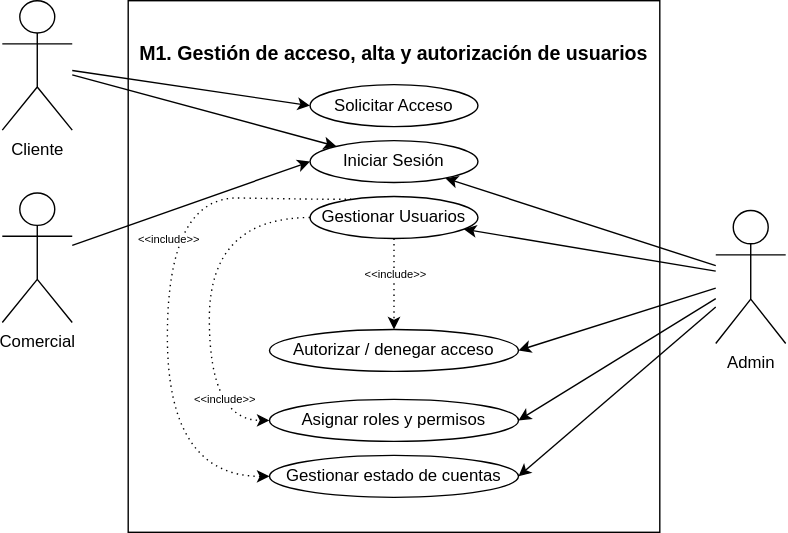
MadaoSurmanito/app-tfg keeps this draw.io diagram as docs/docs/figures/UML/CasosDeUso/M1_CasosDeUso.svg. Above is the earlier version. Source tidied: cells renumbered, new cells last; positions are measured from the earlier drawing's top-left corner, leaving out a move shared by most shapes. The source it was exported from:
```xml
<mxGraphModel>
  <root>
    <mxCell id="0" />
    <mxCell id="1" parent="0" />
    <mxCell id="2" value="&lt;h1&gt;&lt;font style=&quot;font-size: 14px;&quot;&gt;M1. Gestión de acceso, alta y autorización de usuarios&lt;/font&gt;&lt;/h1&gt;" style="rounded=0;whiteSpace=wrap;html=1;verticalAlign=top;spacing=0;labelPosition=center;verticalLabelPosition=middle;align=center;" parent="1" vertex="1">
      <mxGeometry x="90" width="380" height="380" as="geometry" />
    </mxCell>
    <mxCell id="3" style="rounded=0;jettySize=auto;html=1;entryX=0;entryY=0.5;entryDx=0;entryDy=0;" parent="1" edge="1" source="5" target="14">
      <mxGeometry relative="1" as="geometry" />
    </mxCell>
    <mxCell id="4" style="rounded=0;jettySize=auto;html=1;" parent="1" edge="1" source="5" target="15">
      <mxGeometry relative="1" as="geometry" />
    </mxCell>
    <mxCell id="5" value="Cliente" style="shape=umlActor;verticalLabelPosition=bottom;verticalAlign=top;html=1;outlineConnect=0;" parent="1" vertex="1">
      <mxGeometry width="50" height="92.5" as="geometry" />
    </mxCell>
    <mxCell id="6" style="rounded=0;jettySize=auto;html=1;entryX=0;entryY=0.5;entryDx=0;entryDy=0;" parent="1" edge="1" source="7" target="15">
      <mxGeometry relative="1" as="geometry" />
    </mxCell>
    <mxCell id="7" value="Comercial" style="shape=umlActor;verticalLabelPosition=bottom;verticalAlign=top;html=1;outlineConnect=0;" parent="1" vertex="1">
      <mxGeometry y="137.5" width="50" height="92.5" as="geometry" />
    </mxCell>
    <mxCell id="8" style="rounded=0;jettySize=auto;html=1;" parent="1" edge="1" source="13" target="15">
      <mxGeometry relative="1" as="geometry" />
    </mxCell>
    <mxCell id="9" style="rounded=0;jettySize=auto;html=1;" parent="1" edge="1" source="13" target="16">
      <mxGeometry relative="1" as="geometry" />
    </mxCell>
    <mxCell id="10" style="rounded=0;jettySize=auto;html=1;entryX=1;entryY=0.5;entryDx=0;entryDy=0;" parent="1" edge="1" source="13" target="17">
      <mxGeometry relative="1" as="geometry" />
    </mxCell>
    <mxCell id="11" style="rounded=0;jettySize=auto;html=1;entryX=1;entryY=0.5;entryDx=0;entryDy=0;" parent="1" edge="1" source="13" target="18">
      <mxGeometry relative="1" as="geometry" />
    </mxCell>
    <mxCell id="12" style="rounded=0;jettySize=auto;html=1;entryX=1;entryY=0.5;entryDx=0;entryDy=0;" parent="1" edge="1" source="13" target="19">
      <mxGeometry relative="1" as="geometry" />
    </mxCell>
    <mxCell id="13" value="Admin" style="shape=umlActor;verticalLabelPosition=bottom;verticalAlign=top;html=1;outlineConnect=0;" parent="1" vertex="1">
      <mxGeometry x="510" y="150" width="50" height="95" as="geometry" />
    </mxCell>
    <mxCell id="14" value="Solicitar Acceso" style="ellipse;whiteSpace=wrap;html=1;" parent="1" vertex="1">
      <mxGeometry x="220" y="60" width="120" height="30" as="geometry" />
    </mxCell>
    <mxCell id="15" value="Iniciar Sesión" style="ellipse;whiteSpace=wrap;html=1;" parent="1" vertex="1">
      <mxGeometry x="220" y="100" width="120" height="30" as="geometry" />
    </mxCell>
    <mxCell id="16" value="Gestionar Usuarios" style="ellipse;whiteSpace=wrap;html=1;" parent="1" vertex="1">
      <mxGeometry x="220" y="140" width="120" height="30" as="geometry" />
    </mxCell>
    <mxCell id="17" value="Autorizar / denegar acceso" style="ellipse;whiteSpace=wrap;html=1;" parent="1" vertex="1">
      <mxGeometry x="191" y="235" width="178" height="30" as="geometry" />
    </mxCell>
    <mxCell id="18" value="Asignar roles y permisos" style="ellipse;whiteSpace=wrap;html=1;" parent="1" vertex="1">
      <mxGeometry x="191" y="285" width="178" height="30" as="geometry" />
    </mxCell>
    <mxCell id="19" value="Gestionar estado de cuentas" style="ellipse;whiteSpace=wrap;html=1;" parent="1" vertex="1">
      <mxGeometry x="191" y="325" width="178" height="30" as="geometry" />
    </mxCell>
    <mxCell id="20" style="endArrow=classic;dashed=1;html=1;dashPattern=1 3;strokeWidth=1;rounded=0;exitX=0.5;exitY=1;exitDx=0;exitDy=0;entryX=0.5;entryY=0;entryDx=0;entryDy=0;endFill=1;startSize=4;endSize=6;" parent="1" edge="1" source="16" target="17">
      <mxGeometry relative="1" as="geometry" />
    </mxCell>
    <mxCell id="21" value="&amp;lt;&amp;lt;include&amp;gt;&amp;gt;" style="edgeLabel;html=1;align=center;verticalAlign=middle;fontSize=8;" parent="20" vertex="1">
      <mxGeometry x="-0.26" relative="1" as="geometry" />
    </mxCell>
    <mxCell id="22" style="endArrow=classic;dashed=1;html=1;dashPattern=1 3;strokeWidth=1;rounded=0;exitX=0;exitY=0.5;exitDx=0;exitDy=0;entryX=0;entryY=0.5;entryDx=0;entryDy=0;endFill=1;startSize=4;endSize=6;edgeStyle=orthogonalEdgeStyle;curved=1;" parent="1" edge="1" source="16" target="18">
      <mxGeometry relative="1" as="geometry">
        <Array as="points">
          <mxPoint x="148" y="155" />
          <mxPoint x="148" y="300" />
        </Array>
      </mxGeometry>
    </mxCell>
    <mxCell id="23" value="&amp;lt;&amp;lt;include&amp;gt;&amp;gt;" style="edgeLabel;html=1;align=center;verticalAlign=middle;fontSize=8;" parent="22" vertex="1">
      <mxGeometry x="-0.26" relative="1" as="geometry">
        <mxPoint x="10" y="106" as="offset" />
      </mxGeometry>
    </mxCell>
    <mxCell id="24" style="endArrow=classic;dashed=1;html=1;dashPattern=1 3;strokeWidth=1;rounded=0;exitX=0.245;exitY=0.065;exitDx=0;exitDy=0;entryX=0;entryY=0.5;entryDx=0;entryDy=0;endFill=1;startSize=4;endSize=6;edgeStyle=orthogonalEdgeStyle;curved=1;exitPerimeter=0;" parent="1" edge="1" source="16" target="19">
      <mxGeometry relative="1" as="geometry">
        <Array as="points">
          <mxPoint x="220" y="142" />
          <mxPoint x="220" y="140" />
          <mxPoint x="118" y="140" />
          <mxPoint x="118" y="340" />
        </Array>
      </mxGeometry>
    </mxCell>
    <mxCell id="25" value="&amp;lt;&amp;lt;include&amp;gt;&amp;gt;" style="edgeLabel;html=1;align=center;verticalAlign=middle;fontSize=8;" parent="24" vertex="1">
      <mxGeometry x="-0.26" relative="1" as="geometry">
        <mxPoint y="11" as="offset" />
      </mxGeometry>
    </mxCell>
  </root>
</mxGraphModel>
```
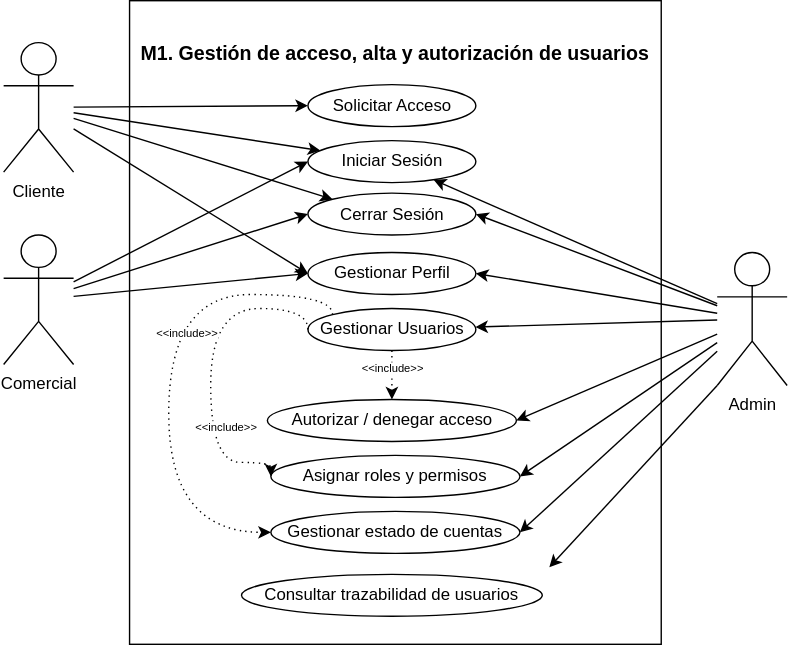
Above is the later version.

Diff of the diagram source:
```diff
@@ -3,7 +3,7 @@
     <mxCell id="0" />
     <mxCell id="1" parent="0" />
     <mxCell id="2" value="&lt;h1&gt;&lt;font style=&quot;font-size: 14px;&quot;&gt;M1. Gestión de acceso, alta y autorización de usuarios&lt;/font&gt;&lt;/h1&gt;" style="rounded=0;whiteSpace=wrap;html=1;verticalAlign=top;spacing=0;labelPosition=center;verticalLabelPosition=middle;align=center;" parent="1" vertex="1">
-      <mxGeometry x="90" width="380" height="380" as="geometry" />
+      <mxGeometry x="90" y="-30" width="380" height="460" as="geometry" />
     </mxCell>
     <mxCell id="3" style="rounded=0;jettySize=auto;html=1;entryX=0;entryY=0.5;entryDx=0;entryDy=0;" parent="1" edge="1" source="5" target="14">
       <mxGeometry relative="1" as="geometry" />
@@ -11,12 +11,18 @@
     <mxCell id="4" style="rounded=0;jettySize=auto;html=1;" parent="1" edge="1" source="5" target="15">
       <mxGeometry relative="1" as="geometry" />
     </mxCell>
+    <mxCell id="26" style="edgeStyle=none;html=1;entryX=0;entryY=0.5;entryDx=0;entryDy=0;" parent="1" edge="1" source="5" target="29">
+      <mxGeometry relative="1" as="geometry" />
+    </mxCell>
     <mxCell id="5" value="Cliente" style="shape=umlActor;verticalLabelPosition=bottom;verticalAlign=top;html=1;outlineConnect=0;" parent="1" vertex="1">
       <mxGeometry width="50" height="92.5" as="geometry" />
     </mxCell>
     <mxCell id="6" style="rounded=0;jettySize=auto;html=1;entryX=0;entryY=0.5;entryDx=0;entryDy=0;" parent="1" edge="1" source="7" target="15">
       <mxGeometry relative="1" as="geometry" />
     </mxCell>
+    <mxCell id="27" style="edgeStyle=none;html=1;entryX=0;entryY=0.5;entryDx=0;entryDy=0;" parent="1" edge="1" source="7" target="29">
+      <mxGeometry relative="1" as="geometry" />
+    </mxCell>
     <mxCell id="7" value="Comercial" style="shape=umlActor;verticalLabelPosition=bottom;verticalAlign=top;html=1;outlineConnect=0;" parent="1" vertex="1">
       <mxGeometry y="137.5" width="50" height="92.5" as="geometry" />
     </mxCell>
@@ -35,26 +41,29 @@
     <mxCell id="12" style="rounded=0;jettySize=auto;html=1;entryX=1;entryY=0.5;entryDx=0;entryDy=0;" parent="1" edge="1" source="13" target="19">
       <mxGeometry relative="1" as="geometry" />
     </mxCell>
+    <mxCell id="28" style="edgeStyle=none;html=1;entryX=1;entryY=0.5;entryDx=0;entryDy=0;" parent="1" edge="1" source="13" target="29">
+      <mxGeometry relative="1" as="geometry" />
+    </mxCell>
     <mxCell id="13" value="Admin" style="shape=umlActor;verticalLabelPosition=bottom;verticalAlign=top;html=1;outlineConnect=0;" parent="1" vertex="1">
       <mxGeometry x="510" y="150" width="50" height="95" as="geometry" />
     </mxCell>
     <mxCell id="14" value="Solicitar Acceso" style="ellipse;whiteSpace=wrap;html=1;" parent="1" vertex="1">
-      <mxGeometry x="220" y="60" width="120" height="30" as="geometry" />
+      <mxGeometry x="217.5" y="30" width="120" height="30" as="geometry" />
     </mxCell>
     <mxCell id="15" value="Iniciar Sesión" style="ellipse;whiteSpace=wrap;html=1;" parent="1" vertex="1">
-      <mxGeometry x="220" y="100" width="120" height="30" as="geometry" />
+      <mxGeometry x="217.5" y="70" width="120" height="30" as="geometry" />
     </mxCell>
     <mxCell id="16" value="Gestionar Usuarios" style="ellipse;whiteSpace=wrap;html=1;" parent="1" vertex="1">
-      <mxGeometry x="220" y="140" width="120" height="30" as="geometry" />
+      <mxGeometry x="217.5" y="190" width="120" height="30" as="geometry" />
     </mxCell>
     <mxCell id="17" value="Autorizar / denegar acceso" style="ellipse;whiteSpace=wrap;html=1;" parent="1" vertex="1">
-      <mxGeometry x="191" y="235" width="178" height="30" as="geometry" />
+      <mxGeometry x="188.5" y="255" width="178" height="30" as="geometry" />
     </mxCell>
     <mxCell id="18" value="Asignar roles y permisos" style="ellipse;whiteSpace=wrap;html=1;" parent="1" vertex="1">
-      <mxGeometry x="191" y="285" width="178" height="30" as="geometry" />
+      <mxGeometry x="191" y="295" width="178" height="30" as="geometry" />
     </mxCell>
     <mxCell id="19" value="Gestionar estado de cuentas" style="ellipse;whiteSpace=wrap;html=1;" parent="1" vertex="1">
-      <mxGeometry x="191" y="325" width="178" height="30" as="geometry" />
+      <mxGeometry x="191" y="335" width="178" height="30" as="geometry" />
     </mxCell>
     <mxCell id="20" style="endArrow=classic;dashed=1;html=1;dashPattern=1 3;strokeWidth=1;rounded=0;exitX=0.5;exitY=1;exitDx=0;exitDy=0;entryX=0.5;entryY=0;entryDx=0;entryDy=0;endFill=1;startSize=4;endSize=6;" parent="1" edge="1" source="16" target="17">
       <mxGeometry relative="1" as="geometry" />
@@ -65,30 +74,52 @@
     <mxCell id="22" style="endArrow=classic;dashed=1;html=1;dashPattern=1 3;strokeWidth=1;rounded=0;exitX=0;exitY=0.5;exitDx=0;exitDy=0;entryX=0;entryY=0.5;entryDx=0;entryDy=0;endFill=1;startSize=4;endSize=6;edgeStyle=orthogonalEdgeStyle;curved=1;" parent="1" edge="1" source="16" target="18">
       <mxGeometry relative="1" as="geometry">
         <Array as="points">
-          <mxPoint x="148" y="155" />
+          <mxPoint x="148" y="190" />
           <mxPoint x="148" y="300" />
         </Array>
       </mxGeometry>
     </mxCell>
-    <mxCell id="23" value="&amp;lt;&amp;lt;include&amp;gt;&amp;gt;" style="edgeLabel;html=1;align=center;verticalAlign=middle;fontSize=8;" parent="22" vertex="1">
+    <mxCell id="23" value="&amp;lt;&amp;lt;include&amp;gt;&amp;gt;" style="edgeLabel;html=1;align=center;verticalAlign=middle;fontSize=8;rotation=0;" parent="22" vertex="1">
       <mxGeometry x="-0.26" relative="1" as="geometry">
-        <mxPoint x="10" y="106" as="offset" />
+        <mxPoint x="10" y="78" as="offset" />
       </mxGeometry>
     </mxCell>
-    <mxCell id="24" style="endArrow=classic;dashed=1;html=1;dashPattern=1 3;strokeWidth=1;rounded=0;exitX=0.245;exitY=0.065;exitDx=0;exitDy=0;entryX=0;entryY=0.5;entryDx=0;entryDy=0;endFill=1;startSize=4;endSize=6;edgeStyle=orthogonalEdgeStyle;curved=1;exitPerimeter=0;" parent="1" edge="1" source="16" target="19">
+    <mxCell id="24" style="endArrow=classic;dashed=1;html=1;dashPattern=1 3;strokeWidth=1;rounded=0;exitX=0;exitY=0;exitDx=0;exitDy=0;entryX=0;entryY=0.5;entryDx=0;entryDy=0;endFill=1;startSize=4;endSize=6;edgeStyle=orthogonalEdgeStyle;curved=1;" parent="1" edge="1" source="16" target="19">
       <mxGeometry relative="1" as="geometry">
         <Array as="points">
-          <mxPoint x="220" y="142" />
-          <mxPoint x="220" y="140" />
-          <mxPoint x="118" y="140" />
-          <mxPoint x="118" y="340" />
+          <mxPoint x="235" y="180" />
+          <mxPoint x="118" y="180" />
+          <mxPoint x="118" y="350" />
         </Array>
       </mxGeometry>
     </mxCell>
     <mxCell id="25" value="&amp;lt;&amp;lt;include&amp;gt;&amp;gt;" style="edgeLabel;html=1;align=center;verticalAlign=middle;fontSize=8;" parent="24" vertex="1">
       <mxGeometry x="-0.26" relative="1" as="geometry">
-        <mxPoint y="11" as="offset" />
+        <mxPoint x="12" y="20" as="offset" />
       </mxGeometry>
     </mxCell>
+    <mxCell id="29" value="Gestionar Perfil" style="ellipse;whiteSpace=wrap;html=1;" parent="1" vertex="1">
+      <mxGeometry x="217.5" y="150" width="120" height="30" as="geometry" />
+    </mxCell>
+    <mxCell id="30" value="Cerrar Sesión" style="ellipse;whiteSpace=wrap;html=1;" parent="1" vertex="1">
+      <mxGeometry x="217.5" y="107.5" width="120" height="30" as="geometry" />
+    </mxCell>
+    <mxCell id="31" style="rounded=0;jettySize=auto;html=1;entryX=1;entryY=0.5;entryDx=0;entryDy=0;" parent="1" edge="1" source="13" target="30">
+      <mxGeometry relative="1" as="geometry" />
+    </mxCell>
+    <mxCell id="32" style="rounded=0;jettySize=auto;html=1;entryX=0;entryY=0.5;entryDx=0;entryDy=0;" parent="1" edge="1" source="7" target="30">
+      <mxGeometry relative="1" as="geometry" />
+    </mxCell>
+    <mxCell id="33" style="rounded=0;jettySize=auto;html=1;entryX=0;entryY=0;entryDx=0;entryDy=0;" parent="1" edge="1" source="5" target="30">
+      <mxGeometry relative="1" as="geometry" />
+    </mxCell>
+    <mxCell id="34" value="Consultar trazabilidad de usuarios" style="ellipse;whiteSpace=wrap;html=1;" parent="1" vertex="1">
+      <mxGeometry x="170" y="380" width="215" height="30" as="geometry" />
+    </mxCell>
+    <mxCell id="35" style="rounded=0;jettySize=auto;html=1;exitX=0;exitY=1;exitDx=0;exitDy=0;exitPerimeter=0;" parent="1" edge="1" source="13">
+      <mxGeometry relative="1" as="geometry">
+        <mxPoint x="390" y="375" as="targetPoint" />
+      </mxGeometry>
+    </mxCell>
   </root>
 </mxGraphModel>
```
